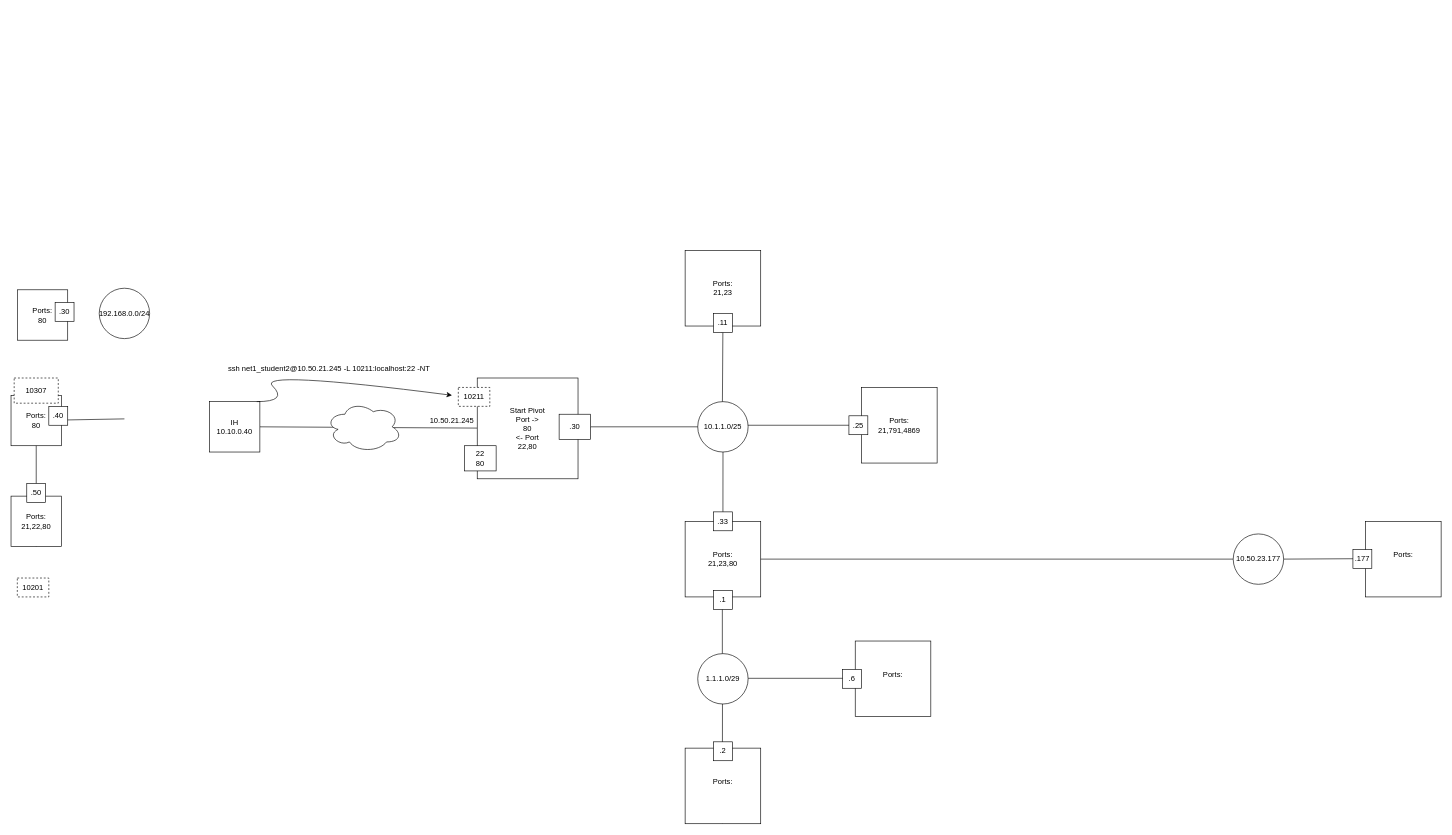
Above: page "Page-4" (4 of 4) of Notes.drawio in AmericanFrench/BLOG (draw.io), before the change. Source tidied: cells renumbered, new cells numbered last; positions are measured from the earlier drawing's top-left corner, leaving out a move shared by most shapes. Both pictures are drawn from the tidied source at 63%, with x=0, y=0 at pixel (11, 250).
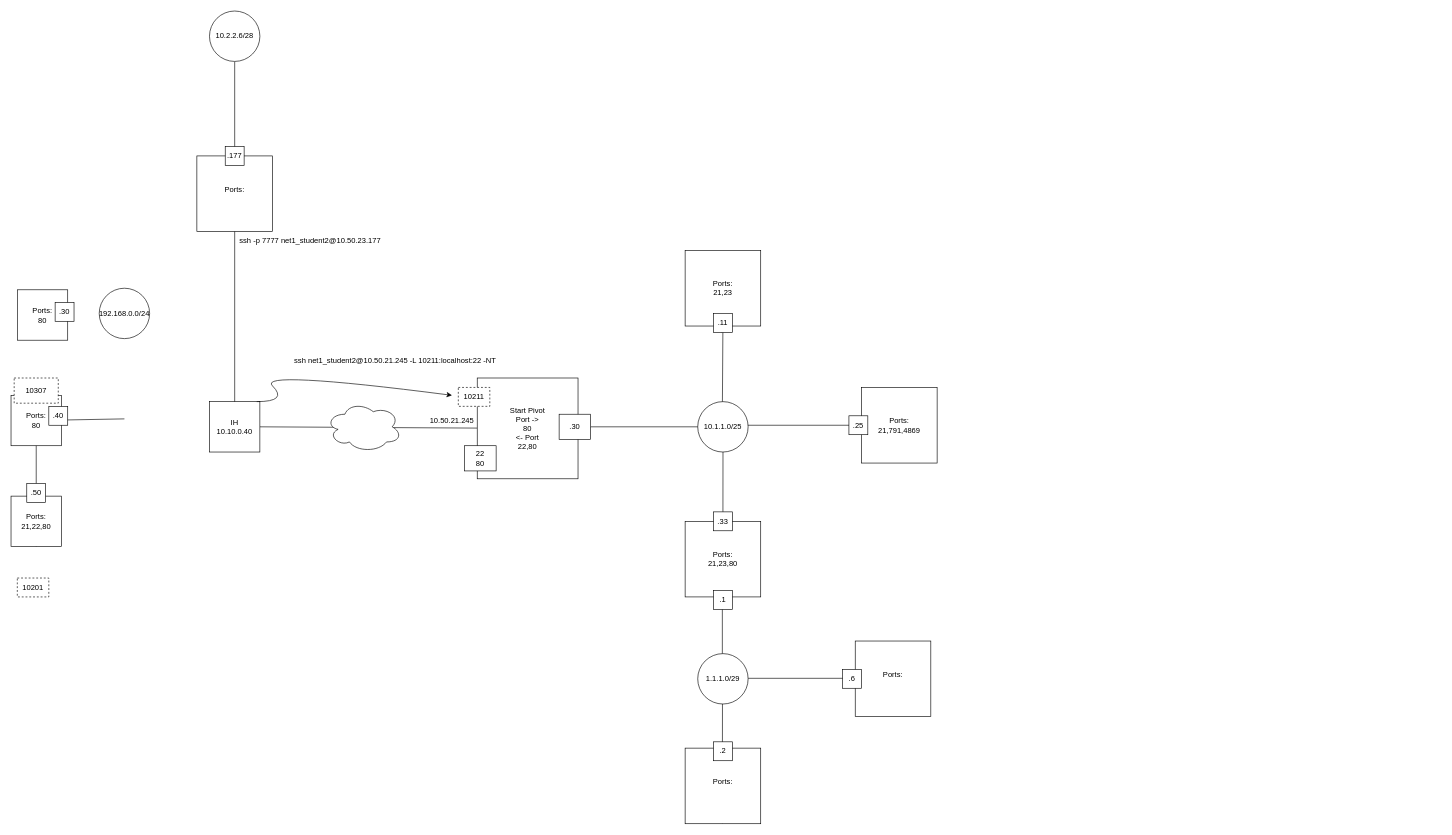
The same page after the edit.

Unchanged cells that the change refers to:
```xml
<mxCell id="8" value="&lt;div&gt;IH&lt;/div&gt;&lt;div&gt;10.10.0.40&lt;br&gt;&lt;/div&gt;" style="whiteSpace=wrap;html=1;" parent="1" vertex="1">
  <mxGeometry x="315" y="240" width="80" height="80" as="geometry" />
</mxCell>
<mxCell id="38" value="&lt;div&gt;Ports:&lt;/div&gt;&lt;div&gt;21,23,80&lt;br&gt;&lt;/div&gt;" style="whiteSpace=wrap;html=1;" parent="1" vertex="1">
  <mxGeometry x="1070" y="430" width="120" height="120" as="geometry" />
</mxCell>
```

The edit, as a diff of the source:
```diff
@@
     <mxCell id="42" value="ssh net1_student2@10.50.21.245 -L 10211:localhost:22 -NT" style="text;html=1;strokeColor=none;fillColor=none;align=center;verticalAlign=middle;whiteSpace=wrap;rounded=0;" parent="1" vertex="1">
-      <mxGeometry x="290" y="172.5" width="430" height="30" as="geometry" />
+      <mxGeometry x="395" y="160" width="430" height="30" as="geometry" />
     </mxCell>
@@
     <mxCell id="51" style="endArrow=none;html=1;rounded=0;startArrow=none;" parent="1" edge="1" source="55">
       <mxGeometry relative="1" as="geometry">
-        <mxPoint x="2160" y="489.2" as="targetPoint" />
+        <mxPoint x="355" y="-150.8" as="targetPoint" />
       </mxGeometry>
     </mxCell>
     <mxCell id="52" value="&lt;div&gt;Ports:&lt;/div&gt;&lt;div&gt;&lt;br&gt;&lt;/div&gt;" style="whiteSpace=wrap;html=1;" parent="1" vertex="1">
-      <mxGeometry x="2150" y="430" width="120" height="120" as="geometry" />
+      <mxGeometry x="295" y="-150" width="120" height="120" as="geometry" />
     </mxCell>
     <mxCell id="53" value=".177" style="rounded=0;whiteSpace=wrap;html=1;" parent="1" vertex="1">
-      <mxGeometry x="2130" y="475" width="30" height="30" as="geometry" />
+      <mxGeometry x="340" y="-165" width="30" height="30" as="geometry" />
     </mxCell>
-    <mxCell id="54" style="endArrow=none;html=1;rounded=0;startArrow=none;" parent="1" edge="1" source="38" target="55">
-      <mxGeometry relative="1" as="geometry" />
-    </mxCell>
-    <mxCell id="55" value="10.50.23.177" style="ellipse;whiteSpace=wrap;html=1;" parent="1" vertex="1">
-      <mxGeometry x="1940" y="450" width="80" height="80" as="geometry" />
+    <mxCell id="55" value="10.2.2.6/28" style="ellipse;whiteSpace=wrap;html=1;" parent="1" vertex="1">
+      <mxGeometry x="315" y="-380" width="80" height="80" as="geometry" />
     </mxCell>
+    <mxCell id="56" style="endArrow=none;html=1;rounded=0;exitX=0.5;exitY=0;exitDx=0;exitDy=0;" parent="1" edge="1" source="8" target="52">
+      <mxGeometry x="0.86" y="445" relative="1" as="geometry" />
+    </mxCell>
+    <mxCell id="57" value="ssh -p 7777 net1_student2@10.50.23.177" style="text;html=1;strokeColor=none;fillColor=none;align=center;verticalAlign=middle;whiteSpace=wrap;rounded=0;" parent="1" vertex="1">
+      <mxGeometry x="260" y="-30" width="430" height="30" as="geometry" />
+    </mxCell>
```
